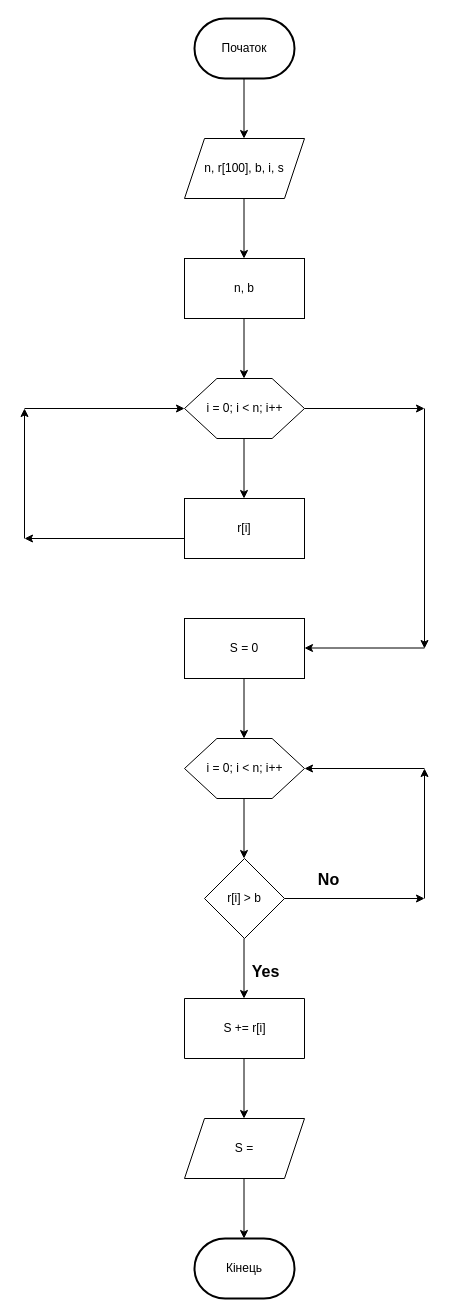
This is page "Сторінка-2" (2 of 3) of Бази даних.drawio.drawio from xadeyll/Diagrams_P-23_Puzankov, a draw.io file, before an edit. Source tidied: cells renumbered, new cells numbered last; positions are measured from the earlier drawing's top-left corner, leaving out a move shared by most shapes. Both pictures are drawn from the tidied source at 100%, with x=0, y=0 at pixel (24, 18).
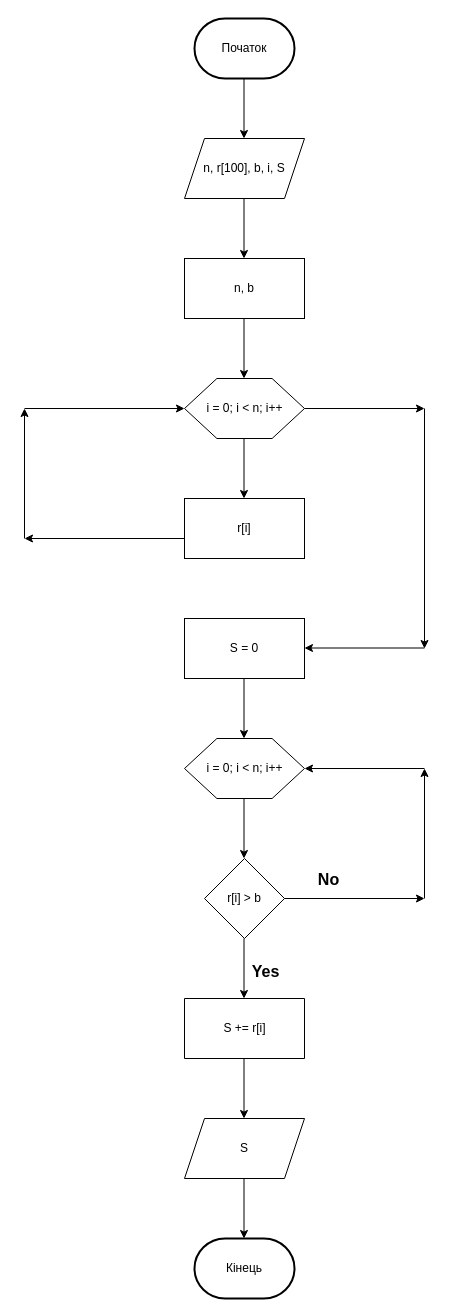
The same page after the edit.

The edit, as a diff of the source:
```diff
@@
-    <mxCell id="4" value="n, r[100], b, i, s" style="shape=parallelogram;perimeter=parallelogramPerimeter;whiteSpace=wrap;html=1;fixedSize=1;" parent="1" vertex="1">
+    <mxCell id="4" value="n, r[100], b, i, S" style="shape=parallelogram;perimeter=parallelogramPerimeter;whiteSpace=wrap;html=1;fixedSize=1;" parent="1" vertex="1">
       <mxGeometry x="160" y="120" width="120" height="60" as="geometry" />
     </mxCell>
@@
-    <mxCell id="29" value="S = " style="shape=parallelogram;perimeter=parallelogramPerimeter;whiteSpace=wrap;html=1;fixedSize=1;" parent="1" vertex="1">
+    <mxCell id="29" value="S " style="shape=parallelogram;perimeter=parallelogramPerimeter;whiteSpace=wrap;html=1;fixedSize=1;" parent="1" vertex="1">
       <mxGeometry x="160" y="1100" width="120" height="60" as="geometry" />
     </mxCell>
```
